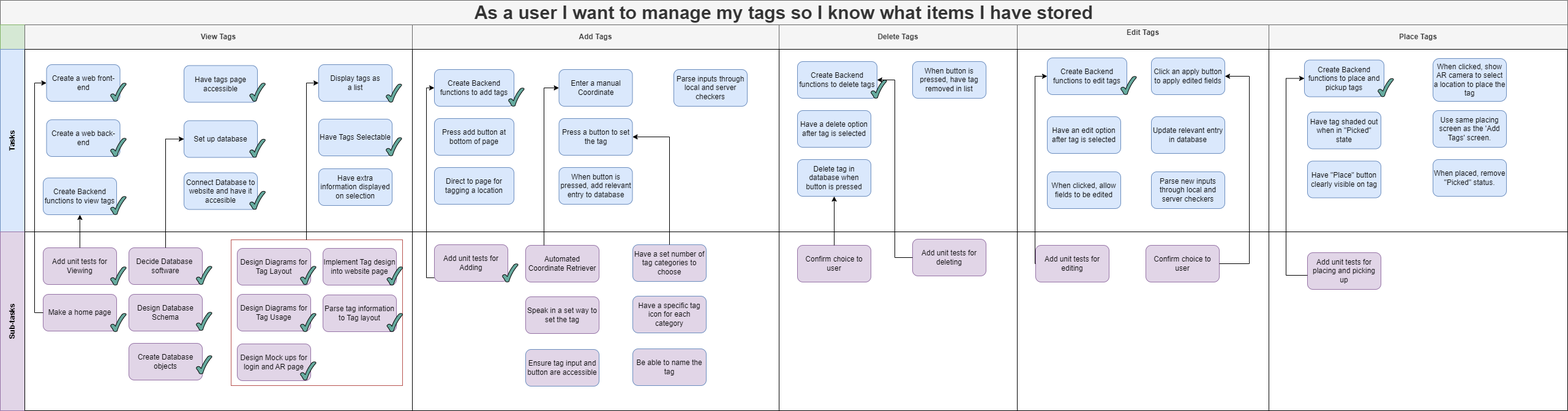
Earlier version of the draw.io export Documentation/Project Diagrams/Story Maps/Manage Tag Theme.png (ickeyben123/AR). Source tidied: cells renumbered, new cells last; positions are measured from the earlier drawing's top-left corner, leaving out a move shared by most shapes.
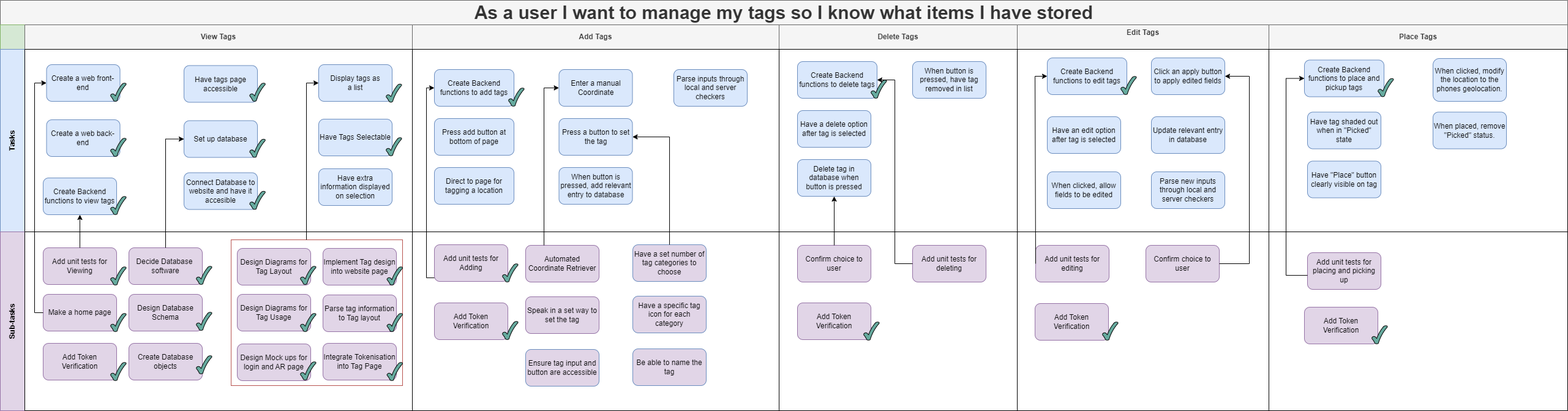
Later version of the same file.

Change to the diagram source:
```diff
@@ -158,14 +158,11 @@
     <mxCell id="53" value="Have &quot;Place&quot; button clearly visible on tag" style="rounded=1;whiteSpace=wrap;html=1;strokeWidth=1;fillColor=#dae8fc;strokeColor=#6c8ebf;" parent="51" vertex="1">
       <mxGeometry x="63" y="182.5" width="120" height="60" as="geometry" />
     </mxCell>
-    <mxCell id="54" value="When clicked, show AR camera to select a location to place the tag" style="rounded=1;whiteSpace=wrap;html=1;strokeWidth=1;fillColor=#dae8fc;strokeColor=#6c8ebf;" parent="51" vertex="1">
+    <mxCell id="54" value="When clicked, modify the location to the phones geolocation." style="rounded=1;whiteSpace=wrap;html=1;strokeWidth=1;fillColor=#dae8fc;strokeColor=#6c8ebf;" parent="51" vertex="1">
       <mxGeometry x="268" y="15" width="120" height="70" as="geometry" />
     </mxCell>
-    <mxCell id="55" value="Use same placing screen as the 'Add Tags' screen." style="rounded=1;whiteSpace=wrap;html=1;strokeWidth=1;fillColor=#dae8fc;strokeColor=#6c8ebf;" parent="51" vertex="1">
-      <mxGeometry x="268" y="100" width="120" height="60" as="geometry" />
-    </mxCell>
     <mxCell id="56" value="When placed, remove &quot;Picked&quot; status." style="rounded=1;whiteSpace=wrap;html=1;strokeWidth=1;fillColor=#dae8fc;strokeColor=#6c8ebf;" parent="51" vertex="1">
-      <mxGeometry x="268" y="180" width="120" height="60" as="geometry" />
+      <mxGeometry x="268" y="102.5" width="120" height="60" as="geometry" />
     </mxCell>
     <mxCell id="57" value="Create Backend functions to place and pickup tags" style="rounded=1;whiteSpace=wrap;html=1;strokeWidth=1;fillColor=#dae8fc;strokeColor=#6c8ebf;" parent="51" vertex="1">
       <mxGeometry x="58" y="17.5" width="130" height="60" as="geometry" />
@@ -242,6 +239,18 @@
     <mxCell id="81" style="verticalLabelPosition=bottom;verticalAlign=top;html=1;shape=mxgraph.basic.tick;fillColor=#67AB9F;" parent="60" vertex="1">
       <mxGeometry x="591.5" y="133" width="25.5" height="30" as="geometry" />
     </mxCell>
+    <mxCell id="111" value="Integrate Tokenisation into Tag Page" style="rounded=1;whiteSpace=wrap;html=1;strokeWidth=1;fillColor=#e1d5e7;strokeColor=#9673a6;" parent="60" vertex="1">
+      <mxGeometry x="487" y="182" width="120" height="60" as="geometry" />
+    </mxCell>
+    <mxCell id="112" style="verticalLabelPosition=bottom;verticalAlign=top;html=1;shape=mxgraph.basic.tick;fillColor=#67AB9F;" parent="60" vertex="1">
+      <mxGeometry x="591.5" y="213" width="25.5" height="30" as="geometry" />
+    </mxCell>
+    <mxCell id="113" value="Add Token Verification" style="rounded=1;whiteSpace=wrap;html=1;strokeWidth=1;fillColor=#e1d5e7;strokeColor=#9673a6;" parent="60" vertex="1">
+      <mxGeometry x="30" y="182" width="120" height="60" as="geometry" />
+    </mxCell>
+    <mxCell id="114" style="verticalLabelPosition=bottom;verticalAlign=top;html=1;shape=mxgraph.basic.tick;fillColor=#67AB9F;" parent="60" vertex="1">
+      <mxGeometry x="140" y="213" width="25.5" height="30" as="geometry" />
+    </mxCell>
     <mxCell id="82" style="swimlane;startSize=0;html=1;whiteSpace=wrap;" parent="59" vertex="1">
       <mxGeometry x="673" width="599" height="292" as="geometry" />
     </mxCell>
@@ -269,15 +278,27 @@
     <mxCell id="90" style="verticalLabelPosition=bottom;verticalAlign=top;html=1;shape=mxgraph.basic.tick;fillColor=#67AB9F;" parent="82" vertex="1">
       <mxGeometry x="147" y="52" width="25.5" height="30" as="geometry" />
     </mxCell>
+    <mxCell id="115" value="Add Token Verification" style="rounded=1;whiteSpace=wrap;html=1;strokeWidth=1;fillColor=#e1d5e7;strokeColor=#9673a6;" parent="82" vertex="1">
+      <mxGeometry x="36" y="116" width="120" height="60" as="geometry" />
+    </mxCell>
+    <mxCell id="116" style="verticalLabelPosition=bottom;verticalAlign=top;html=1;shape=mxgraph.basic.tick;fillColor=#67AB9F;" parent="82" vertex="1">
+      <mxGeometry x="147" y="146" width="25.5" height="30" as="geometry" />
+    </mxCell>
     <mxCell id="91" style="swimlane;startSize=0;html=1;whiteSpace=wrap;" parent="59" vertex="1">
       <mxGeometry x="1272" width="389" height="292" as="geometry" />
     </mxCell>
     <mxCell id="92" value="Add unit tests for deleting" style="rounded=1;whiteSpace=wrap;html=1;strokeWidth=1;fillColor=#e1d5e7;strokeColor=#9673a6;" parent="91" vertex="1">
-      <mxGeometry x="218" y="12" width="120" height="60" as="geometry" />
+      <mxGeometry x="218" y="22" width="120" height="60" as="geometry" />
     </mxCell>
     <mxCell id="93" value="Confirm choice to user" style="rounded=1;whiteSpace=wrap;html=1;strokeWidth=1;fillColor=#e1d5e7;strokeColor=#9673a6;" parent="91" vertex="1">
       <mxGeometry x="30" y="22" width="120" height="60" as="geometry" />
     </mxCell>
+    <mxCell id="117" value="Add Token Verification" style="rounded=1;whiteSpace=wrap;html=1;strokeWidth=1;fillColor=#e1d5e7;strokeColor=#9673a6;" parent="91" vertex="1">
+      <mxGeometry x="30" y="116" width="120" height="60" as="geometry" />
+    </mxCell>
+    <mxCell id="118" style="verticalLabelPosition=bottom;verticalAlign=top;html=1;shape=mxgraph.basic.tick;fillColor=#67AB9F;" parent="91" vertex="1">
+      <mxGeometry x="138" y="147" width="25.5" height="30" as="geometry" />
+    </mxCell>
     <mxCell id="94" style="swimlane;startSize=0;html=1;whiteSpace=wrap;" parent="59" vertex="1">
       <mxGeometry x="1661" width="411" height="292" as="geometry" />
     </mxCell>
@@ -287,12 +308,24 @@
     <mxCell id="96" value="Add unit tests for editing" style="rounded=1;whiteSpace=wrap;html=1;strokeWidth=1;fillColor=#e1d5e7;strokeColor=#9673a6;" parent="94" vertex="1">
       <mxGeometry x="30" y="22" width="120" height="60" as="geometry" />
     </mxCell>
+    <mxCell id="119" value="Add Token Verification" style="rounded=1;whiteSpace=wrap;html=1;strokeWidth=1;fillColor=#e1d5e7;strokeColor=#9673a6;" parent="94" vertex="1">
+      <mxGeometry x="29" y="117" width="120" height="60" as="geometry" />
+    </mxCell>
+    <mxCell id="120" style="verticalLabelPosition=bottom;verticalAlign=top;html=1;shape=mxgraph.basic.tick;fillColor=#67AB9F;" parent="94" vertex="1">
+      <mxGeometry x="139" y="147" width="25.5" height="30" as="geometry" />
+    </mxCell>
     <mxCell id="97" style="swimlane;startSize=0;html=1;whiteSpace=wrap;" parent="59" vertex="1">
       <mxGeometry x="2072" width="488" height="292" as="geometry" />
     </mxCell>
     <mxCell id="98" value="Add unit tests for placing and picking up" style="rounded=1;whiteSpace=wrap;html=1;strokeWidth=1;fillColor=#e1d5e7;strokeColor=#9673a6;" parent="97" vertex="1">
       <mxGeometry x="63" y="34" width="120" height="60" as="geometry" />
     </mxCell>
+    <mxCell id="121" value="Add Token Verification" style="rounded=1;whiteSpace=wrap;html=1;strokeWidth=1;fillColor=#e1d5e7;strokeColor=#9673a6;" parent="97" vertex="1">
+      <mxGeometry x="58" y="123" width="120" height="60" as="geometry" />
+    </mxCell>
+    <mxCell id="122" style="verticalLabelPosition=bottom;verticalAlign=top;html=1;shape=mxgraph.basic.tick;fillColor=#67AB9F;" parent="97" vertex="1">
+      <mxGeometry x="168" y="153" width="25.5" height="30" as="geometry" />
+    </mxCell>
     <mxCell id="99" style="edgeStyle=orthogonalEdgeStyle;rounded=0;jettySize=auto;html=1;entryX=0;entryY=0.5;entryDx=0;entryDy=0;" parent="2" edge="1" source="89" target="35">
       <mxGeometry relative="1" as="geometry">
         <Array as="points">
```
